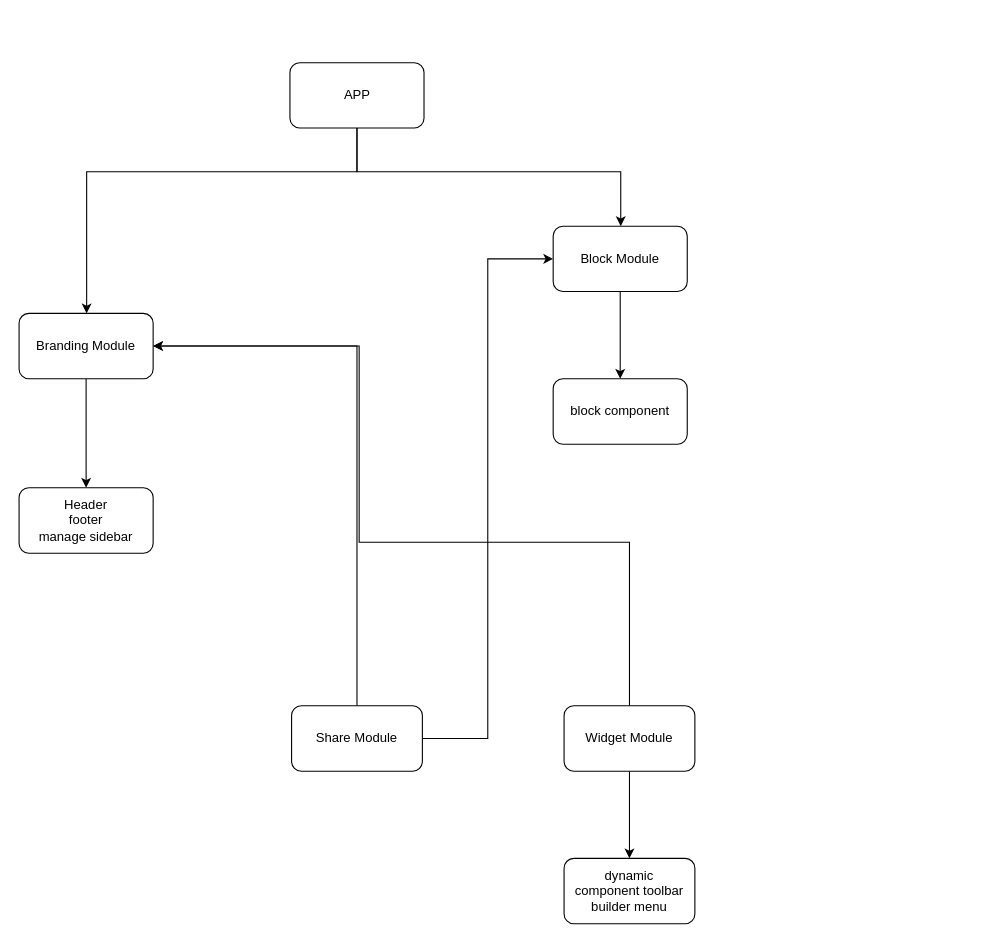
Earlier version of the draw.io diagram src/assets/workflow/arc.drawio (biaogebusy/web-builder). Source tidied: cells renumbered, new cells numbered last; positions are measured from the earlier drawing's top-left corner, leaving out a move shared by most shapes. Both pictures are drawn from the tidied source at 109%, with x=0, y=0 at pixel (19, 62).
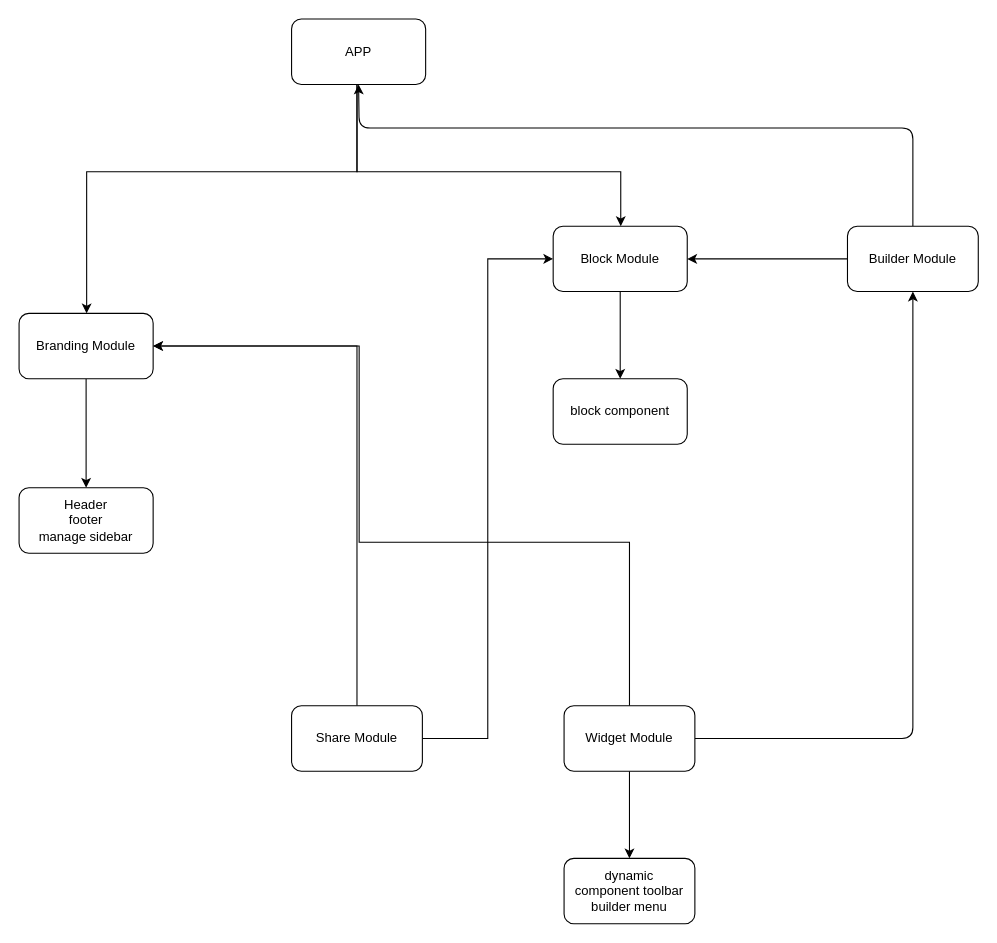
The same page after the edit.

Unchanged cells that the change refers to:
```xml
<mxCell id="6" value="Block Module" style="rounded=1;whiteSpace=wrap;html=1;" parent="1" vertex="1">
  <mxGeometry x="490" y="150" width="123" height="60" as="geometry" />
</mxCell>
<mxCell id="17" value="Widget Module" style="rounded=1;whiteSpace=wrap;html=1;" parent="1" vertex="1">
  <mxGeometry x="500" y="590" width="120" height="60" as="geometry" />
</mxCell>
```

Diff of the diagram source:
```diff
@@
     <mxCell id="4" value="APP" style="rounded=1;whiteSpace=wrap;html=1;" parent="1" vertex="1">
-      <mxGeometry x="248.5" width="123" height="60" as="geometry" />
+      <mxGeometry x="250" y="-40" width="123" height="60" as="geometry" />
     </mxCell>
@@
+    <mxCell id="18" style="edgeStyle=none;html=1;entryX=0.5;entryY=1;entryDx=0;entryDy=0;" parent="1" edge="1" source="17" target="21">
+      <mxGeometry relative="1" as="geometry">
+        <Array as="points">
+          <mxPoint x="820" y="620" />
+        </Array>
+      </mxGeometry>
+    </mxCell>
@@
+    <mxCell id="19" style="edgeStyle=none;html=1;entryX=0.5;entryY=1;entryDx=0;entryDy=0;" parent="1" edge="1" source="21" target="4">
+      <mxGeometry relative="1" as="geometry">
+        <Array as="points">
+          <mxPoint x="820" y="60" />
+          <mxPoint x="312" y="60" />
+        </Array>
+      </mxGeometry>
+    </mxCell>
+    <mxCell id="20" style="edgeStyle=none;html=1;entryX=1;entryY=0.5;entryDx=0;entryDy=0;" parent="1" edge="1" source="21" target="6">
+      <mxGeometry relative="1" as="geometry" />
+    </mxCell>
+    <mxCell id="21" value="Builder Module" style="rounded=1;whiteSpace=wrap;html=1;" parent="1" vertex="1">
+      <mxGeometry x="760" y="150" width="120" height="60" as="geometry" />
+    </mxCell>
```
